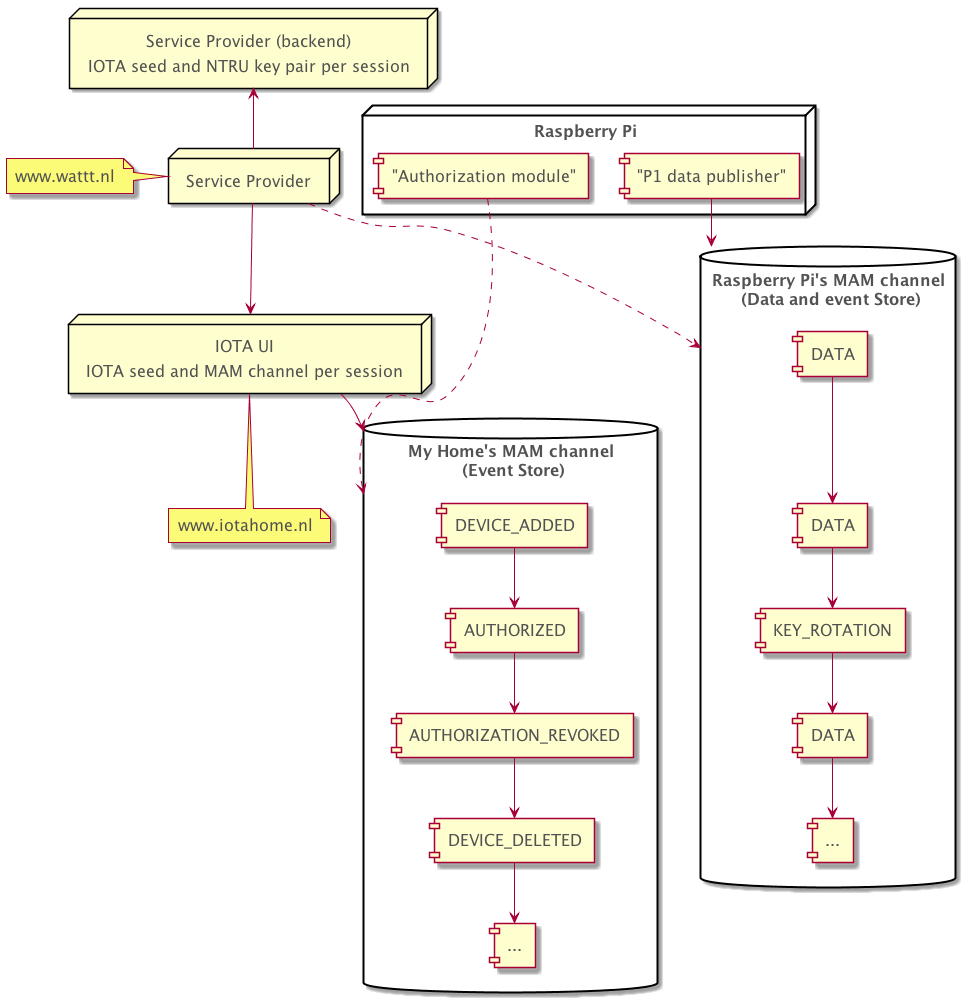
This is docs/assets/component-diagram.png from alliander-opensource/decentralized-auth, a PlantUML export, as it was before one commit.
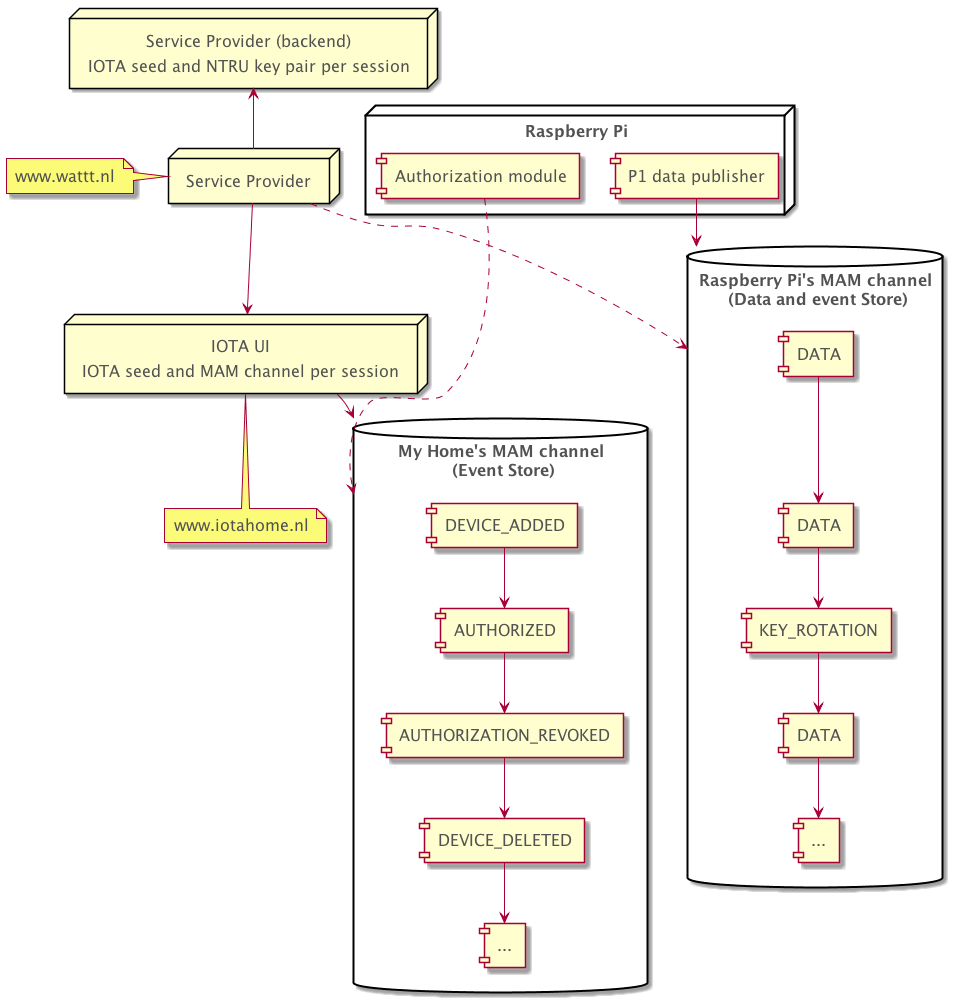
Above is the later version.

Commit message:
chore: remove unnecessary quotes

Change to the diagram source:
```diff
@@ -11,8 +11,8 @@
 }
 
 node "Raspberry Pi" {
-   ["P1 data publisher"] as device
-   ["Authorization module"] as device_auth_module
+   [P1 data publisher] as device
+   [Authorization module] as device_auth_module
 }
 
 node "Service Provider (backend)\nIOTA seed and NTRU key pair per session" as service_provider_backend
```
